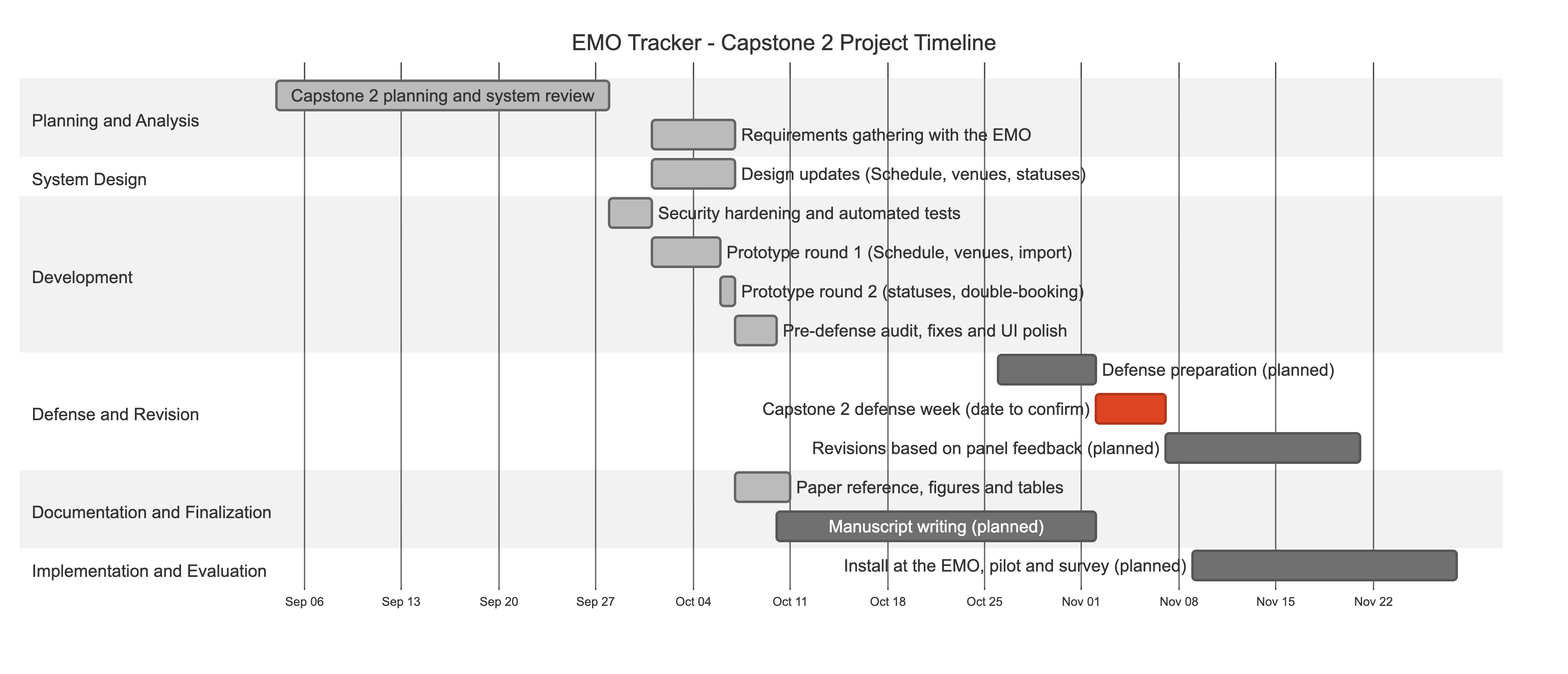
Before: docs/paper/diagrams/gantt-chart.png, a diagram exported from Mermaid (XyroneKyleYlanan/EMO-Tracker). Its source is kept beside it as docs/paper/diagrams/src/gantt-chart.mmd.
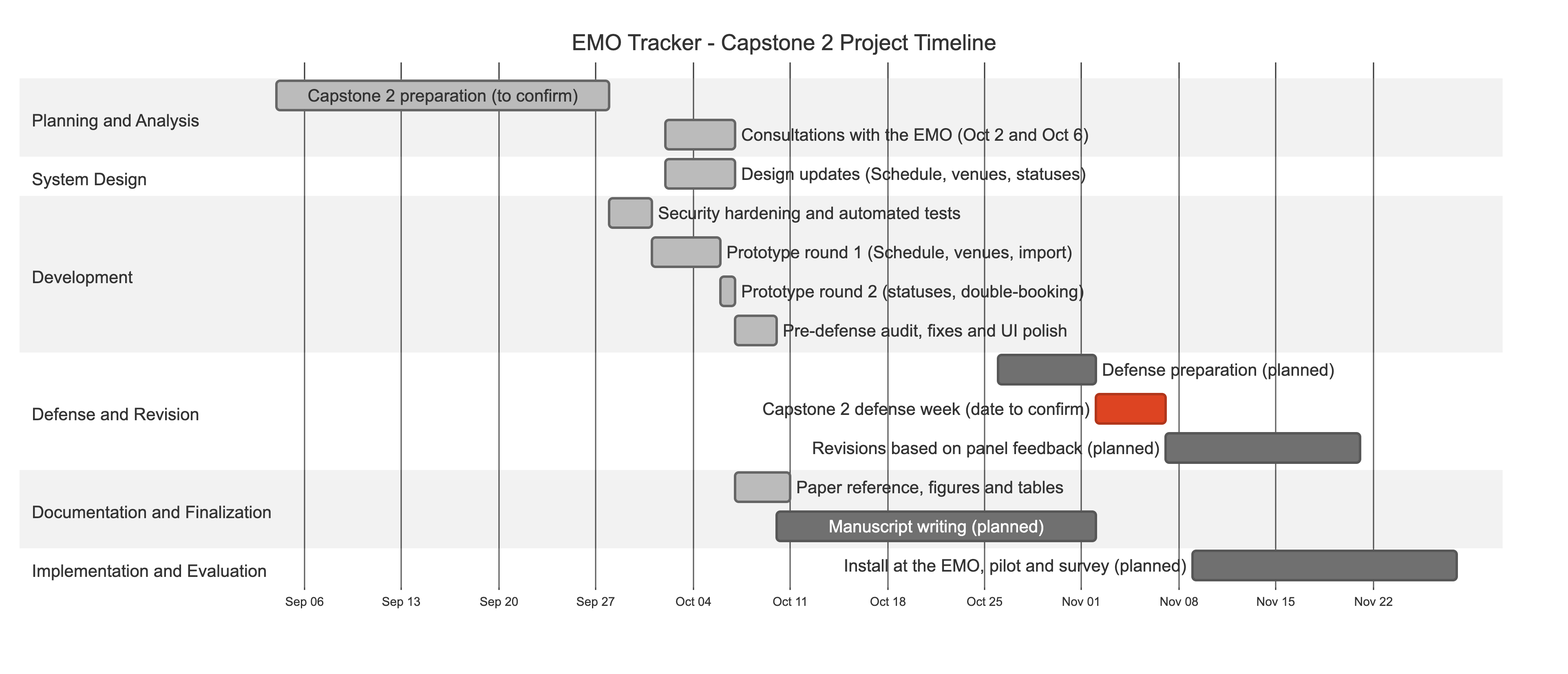
After the change.

The edit, as a diff of the source:
```diff
@@ -14,10 +14,10 @@
     axisFormat %b %d
     todayMarker off
     section Planning and Analysis
-    Capstone 2 planning and system review         :done, p1, 2026-09-04, 2026-09-28
-    Requirements gathering with the EMO           :done, p2, 2026-10-01, 2026-10-07
+    Capstone 2 preparation (to confirm)           :done, p1, 2026-09-04, 2026-09-28
+    Consultations with the EMO (Oct 2 and Oct 6)  :done, p2, 2026-10-02, 2026-10-07
     section System Design
-    Design updates (Schedule, venues, statuses)   :done, d1, 2026-10-01, 2026-10-07
+    Design updates (Schedule, venues, statuses)   :done, d1, 2026-10-02, 2026-10-07
     section Development
     Security hardening and automated tests        :done, v1, 2026-09-28, 2026-10-01
     Prototype round 1 (Schedule, venues, import)  :done, v2, 2026-10-01, 2026-10-06
```
